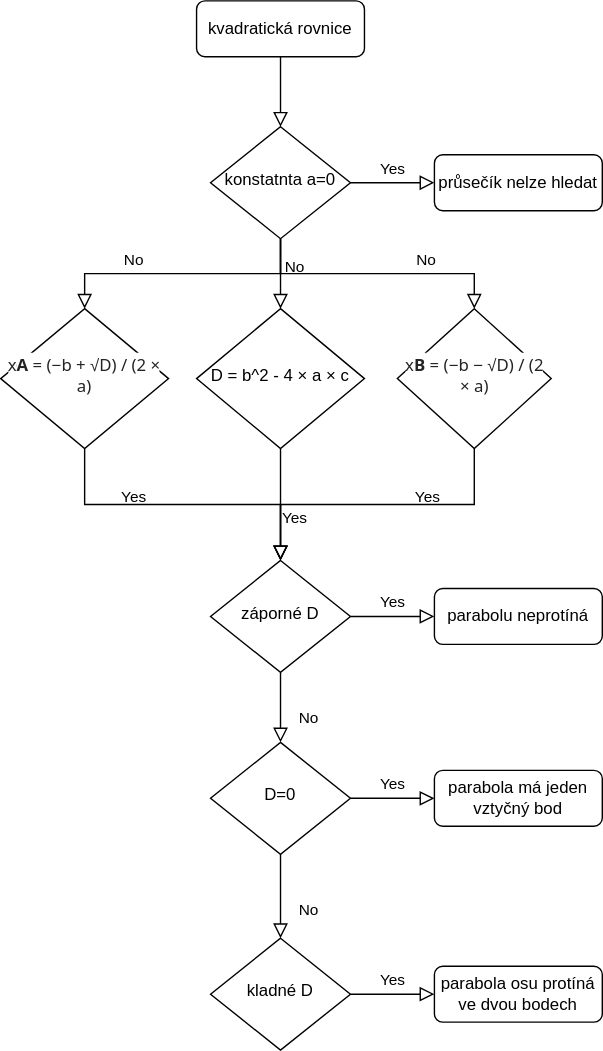
TynaMadlova/diagrams.net keeps this draw.io diagram as kvadratickerovnice.svg. Above is the earlier version. Source tidied: cells renumbered, new cells last; positions are measured from the earlier drawing's top-left corner, leaving out a move shared by most shapes.
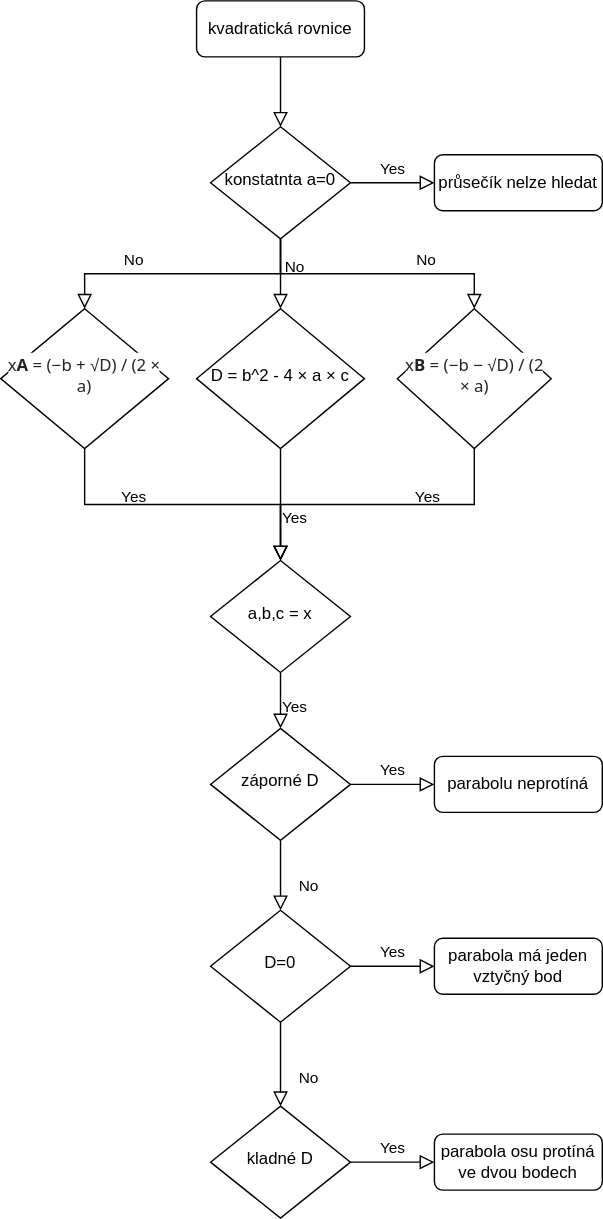
Above is the later version.

The edit, as a diff of the source:
```diff
@@ -21,10 +21,10 @@
       <mxGeometry y="10" relative="1" as="geometry" />
     </mxCell>
     <mxCell id="8" value="záporné D" style="rhombus;whiteSpace=wrap;html=1;shadow=0;fontFamily=Helvetica;fontSize=12;align=center;strokeWidth=1;spacing=6;spacingTop=-4;" parent="1" vertex="1">
-      <mxGeometry x="150" y="400" width="100" height="80" as="geometry" />
+      <mxGeometry x="150" y="520" width="100" height="80" as="geometry" />
     </mxCell>
     <mxCell id="9" value="parabolu neprotíná" style="rounded=1;whiteSpace=wrap;html=1;fontSize=12;glass=0;strokeWidth=1;shadow=0;" parent="1" vertex="1">
-      <mxGeometry x="310" y="420" width="120" height="40" as="geometry" />
+      <mxGeometry x="310" y="540" width="120" height="40" as="geometry" />
     </mxCell>
     <mxCell id="10" value="Yes" style="rounded=0;html=1;jettySize=auto;fontSize=11;endArrow=block;endFill=0;endSize=8;strokeWidth=1;shadow=0;labelBackgroundColor=none;edgeStyle=orthogonalEdgeStyle;exitX=1;exitY=0.5;exitDx=0;exitDy=0;entryX=0;entryY=0.5;entryDx=0;entryDy=0;fontStyle=0;" parent="1" edge="1" source="4" target="5">
       <mxGeometry y="10" relative="1" as="geometry" />
@@ -33,22 +33,22 @@
       <mxGeometry x="-0.2" y="10" relative="1" as="geometry" />
     </mxCell>
     <mxCell id="12" value="D=0" style="rhombus;whiteSpace=wrap;html=1;shadow=0;fontFamily=Helvetica;fontSize=12;align=center;strokeWidth=1;spacing=6;spacingTop=-4;" parent="1" vertex="1">
-      <mxGeometry x="150" y="530" width="100" height="80" as="geometry" />
+      <mxGeometry x="150" y="650" width="100" height="80" as="geometry" />
     </mxCell>
     <mxCell id="13" value="parabola má jeden vztyčný bod" style="rounded=1;whiteSpace=wrap;html=1;fontSize=12;glass=0;strokeWidth=1;shadow=0;" parent="1" vertex="1">
-      <mxGeometry x="310" y="550" width="120" height="40" as="geometry" />
+      <mxGeometry x="310" y="670" width="120" height="40" as="geometry" />
     </mxCell>
     <mxCell id="14" value="Yes" style="edgeStyle=orthogonalEdgeStyle;rounded=0;html=1;jettySize=auto;fontSize=11;endArrow=block;endFill=0;endSize=8;strokeWidth=1;shadow=0;labelBackgroundColor=none;exitX=1;exitY=0.5;exitDx=0;exitDy=0;entryX=0;entryY=0.5;entryDx=0;entryDy=0;" parent="1" edge="1" source="12" target="13">
       <mxGeometry y="10" relative="1" as="geometry" />
     </mxCell>
     <mxCell id="15" value="kladné D" style="rhombus;whiteSpace=wrap;html=1;shadow=0;fontFamily=Helvetica;fontSize=12;align=center;strokeWidth=1;spacing=6;spacingTop=-4;" parent="1" vertex="1">
-      <mxGeometry x="150" y="670" width="100" height="80" as="geometry" />
+      <mxGeometry x="150" y="790" width="100" height="80" as="geometry" />
     </mxCell>
     <mxCell id="16" value="No" style="rounded=0;html=1;jettySize=auto;fontSize=11;endArrow=block;endFill=0;endSize=8;strokeWidth=1;shadow=0;labelBackgroundColor=none;edgeStyle=orthogonalEdgeStyle;exitX=0.5;exitY=1;exitDx=0;exitDy=0;entryX=0.5;entryY=0;entryDx=0;entryDy=0;" parent="1" edge="1" source="12" target="15">
       <mxGeometry x="0.33" y="20" relative="1" as="geometry" />
     </mxCell>
     <mxCell id="17" value="parabola osu protíná ve dvou bodech" style="rounded=1;whiteSpace=wrap;html=1;fontSize=12;glass=0;strokeWidth=1;shadow=0;" parent="1" vertex="1">
-      <mxGeometry x="310" y="690" width="120" height="40" as="geometry" />
+      <mxGeometry x="310" y="810" width="120" height="40" as="geometry" />
     </mxCell>
     <mxCell id="18" value="Yes" style="edgeStyle=orthogonalEdgeStyle;rounded=0;html=1;jettySize=auto;fontSize=11;endArrow=block;endFill=0;endSize=8;strokeWidth=1;shadow=0;labelBackgroundColor=none;exitX=1;exitY=0.5;exitDx=0;exitDy=0;entryX=0;entryY=0.5;entryDx=0;entryDy=0;" parent="1" edge="1" source="15" target="17">
       <mxGeometry y="10" relative="1" as="geometry" />
@@ -56,8 +56,10 @@
     <mxCell id="19" value="D = b^2 - 4 × a × c" style="rhombus;whiteSpace=wrap;html=1;shadow=0;fontFamily=Helvetica;fontSize=12;align=center;strokeWidth=1;spacing=6;spacingTop=-4;" parent="1" vertex="1">
       <mxGeometry x="140" y="220" width="120" height="100" as="geometry" />
     </mxCell>
-    <mxCell id="20" value="Yes" style="edgeStyle=orthogonalEdgeStyle;rounded=0;html=1;jettySize=auto;fontSize=11;endArrow=block;endFill=0;endSize=8;strokeWidth=1;shadow=0;labelBackgroundColor=none;exitX=0.5;exitY=1;exitDx=0;exitDy=0;entryX=0.5;entryY=0;entryDx=0;entryDy=0;" parent="1" edge="1" source="19" target="8">
-      <mxGeometry x="0.25" y="10" relative="1" as="geometry" />
+    <mxCell id="20" value="Yes" style="edgeStyle=orthogonalEdgeStyle;rounded=0;html=1;jettySize=auto;fontSize=11;endArrow=block;endFill=0;endSize=8;strokeWidth=1;shadow=0;labelBackgroundColor=none;exitX=0.5;exitY=1;exitDx=0;exitDy=0;" parent="1" edge="1" source="19">
+      <mxGeometry x="0.25" y="10" relative="1" as="geometry">
+        <mxPoint x="200" y="400" as="targetPoint" />
+      </mxGeometry>
     </mxCell>
     <mxCell id="21" value="&lt;font style=&quot;font-size: 12px&quot;&gt;&lt;span style=&quot;box-sizing: border-box ; color: rgb(37 , 36 , 36) ; font-family: &amp;#34;segoe ui web&amp;#34; , &amp;#34;segoe ui&amp;#34; , &amp;#34;segoe wp&amp;#34; , &amp;#34;segoe ui emoji&amp;#34; , &amp;#34;tahoma&amp;#34; , &amp;#34;arial&amp;#34; , sans-serif ; background-color: rgb(255 , 255 , 255)&quot;&gt;x&lt;/span&gt;&lt;span style=&quot;box-sizing: border-box ; font-weight: bolder ; color: rgb(37 , 36 , 36) ; font-family: &amp;#34;segoe ui web&amp;#34; , &amp;#34;segoe ui&amp;#34; , &amp;#34;segoe wp&amp;#34; , &amp;#34;segoe ui emoji&amp;#34; , &amp;#34;tahoma&amp;#34; , &amp;#34;arial&amp;#34; , sans-serif ; background-color: rgb(255 , 255 , 255)&quot;&gt;B&lt;/span&gt;&lt;span style=&quot;box-sizing: border-box ; color: rgb(37 , 36 , 36) ; font-family: &amp;#34;segoe ui web&amp;#34; , &amp;#34;segoe ui&amp;#34; , &amp;#34;segoe wp&amp;#34; , &amp;#34;segoe ui emoji&amp;#34; , &amp;#34;tahoma&amp;#34; , &amp;#34;arial&amp;#34; , sans-serif ; background-color: rgb(255 , 255 , 255)&quot;&gt;&lt;span style=&quot;box-sizing: border-box&quot;&gt;&amp;nbsp;&lt;/span&gt;= (&lt;span style=&quot;box-sizing: border-box&quot;&gt;−&lt;/span&gt;b&amp;nbsp;&lt;span style=&quot;box-sizing: border-box&quot;&gt;−&amp;nbsp;&lt;/span&gt;√D) / (2 × a)&lt;/span&gt;&lt;/font&gt;" style="rhombus;whiteSpace=wrap;html=1;shadow=0;fontFamily=Helvetica;fontSize=12;align=center;strokeWidth=1;spacing=6;spacingTop=-4;" parent="1" vertex="1">
       <mxGeometry x="283.5" y="220" width="110" height="100" as="geometry" />
@@ -81,5 +83,11 @@
         <mxPoint x="200" y="400" as="targetPoint" />
       </mxGeometry>
     </mxCell>
+    <mxCell id="27" value="a,b,c = x" style="rhombus;whiteSpace=wrap;html=1;shadow=0;fontFamily=Helvetica;fontSize=12;align=center;strokeWidth=1;spacing=6;spacingTop=-4;" parent="1" vertex="1">
+      <mxGeometry x="150" y="400" width="100" height="80" as="geometry" />
+    </mxCell>
+    <mxCell id="28" value="Yes" style="edgeStyle=orthogonalEdgeStyle;rounded=0;html=1;jettySize=auto;fontSize=11;endArrow=block;endFill=0;endSize=8;strokeWidth=1;shadow=0;labelBackgroundColor=none;entryX=0.5;entryY=0;entryDx=0;entryDy=0;" parent="1" edge="1" source="27" target="8">
+      <mxGeometry x="0.25" y="10" relative="1" as="geometry" />
+    </mxCell>
   </root>
 </mxGraphModel>
```
